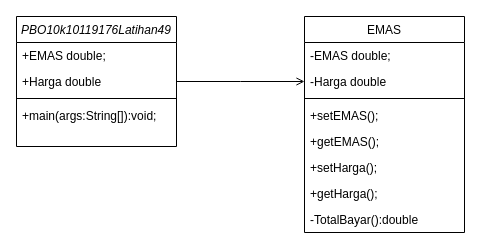
muhammadfauzanfadhlulbarr/PBO10K-10119176-Latihan-49-Biaya-Emas-Kawin keeps this draw.io diagram as Latihan49.drawio. Above is the earlier version. Source tidied: cells renumbered, new cells numbered last; positions are measured from the earlier drawing's top-left corner, leaving out a move shared by most shapes. Both pictures are drawn from the tidied source at 100%, with x=0, y=0 at pixel (16, 16).
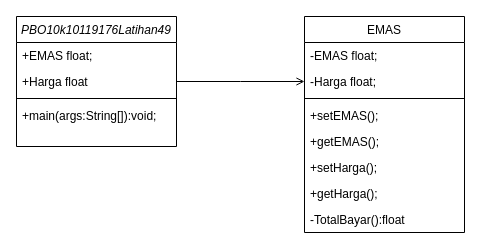
After the change.

The edit, as a diff of the source:
```diff
@@
 <mxGraphModel>
   <root>
     <mxCell id="0" />
     <mxCell id="1" parent="0" />
     <mxCell id="2" value="PBO10k10119176Latihan49" style="swimlane;fontStyle=2;align=center;verticalAlign=top;horizontal=1;startSize=26;rounded=0;shadow=0;strokeWidth=1;" parent="1" vertex="1">
       <mxGeometry width="160" height="130" as="geometry" />
     </mxCell>
-    <mxCell id="3" value="+EMAS double;" style="text;align=left;verticalAlign=top;spacingLeft=4;spacingRight=4;overflow=hidden;rounded=0;shadow=0;html=0;" parent="2" vertex="1">
+    <mxCell id="3" value="+EMAS float;" style="text;align=left;verticalAlign=top;spacingLeft=4;spacingRight=4;overflow=hidden;rounded=0;shadow=0;html=0;" parent="2" vertex="1">
       <mxGeometry y="26" width="160" height="26" as="geometry" />
     </mxCell>
-    <mxCell id="4" value="+Harga double" style="text;align=left;verticalAlign=top;spacingLeft=4;spacingRight=4;overflow=hidden;rounded=0;shadow=0;html=0;" parent="2" vertex="1">
+    <mxCell id="4" value="+Harga float" style="text;align=left;verticalAlign=top;spacingLeft=4;spacingRight=4;overflow=hidden;rounded=0;shadow=0;html=0;" parent="2" vertex="1">
       <mxGeometry y="52" width="160" height="26" as="geometry" />
     </mxCell>
     <mxCell id="5" style="line;html=1;strokeWidth=1;align=left;verticalAlign=middle;spacingTop=-1;spacingLeft=3;spacingRight=3;labelPosition=right;" parent="2" vertex="1">
       <mxGeometry y="78" width="160" height="8" as="geometry" />
     </mxCell>
     <mxCell id="6" value="+main(args:String[]):void;&#10;" style="text;align=left;verticalAlign=top;spacingLeft=4;spacingRight=4;overflow=hidden;" parent="2" vertex="1">
       <mxGeometry y="86" width="160" height="26" as="geometry" />
     </mxCell>
     <mxCell id="7" value="EMAS" style="swimlane;fontStyle=0;align=center;verticalAlign=top;horizontal=1;startSize=26;rounded=0;shadow=0;strokeWidth=1;" parent="1" vertex="1">
       <mxGeometry x="288" width="160" height="216" as="geometry" />
     </mxCell>
-    <mxCell id="8" value="-EMAS double;" style="text;align=left;verticalAlign=top;spacingLeft=4;spacingRight=4;overflow=hidden;rounded=0;shadow=0;html=0;" parent="7" vertex="1">
+    <mxCell id="8" value="-EMAS float;" style="text;align=left;verticalAlign=top;spacingLeft=4;spacingRight=4;overflow=hidden;rounded=0;shadow=0;html=0;" parent="7" vertex="1">
       <mxGeometry y="26" width="160" height="26" as="geometry" />
     </mxCell>
-    <mxCell id="9" value="-Harga double" style="text;align=left;verticalAlign=top;spacingLeft=4;spacingRight=4;overflow=hidden;rounded=0;shadow=0;html=0;" parent="7" vertex="1">
+    <mxCell id="9" value="-Harga float;" style="text;align=left;verticalAlign=top;spacingLeft=4;spacingRight=4;overflow=hidden;rounded=0;shadow=0;html=0;" parent="7" vertex="1">
       <mxGeometry y="52" width="160" height="26" as="geometry" />
     </mxCell>
     <mxCell id="10" style="line;html=1;strokeWidth=1;align=left;verticalAlign=middle;spacingTop=-1;spacingLeft=3;spacingRight=3;labelPosition=right;" parent="7" vertex="1">
       <mxGeometry y="78" width="160" height="8" as="geometry" />
     </mxCell>
     <mxCell id="11" value="+setEMAS();&#10;" style="text;align=left;verticalAlign=top;spacingLeft=4;spacingRight=4;overflow=hidden;" parent="7" vertex="1">
       <mxGeometry y="86" width="160" height="26" as="geometry" />
     </mxCell>
     <mxCell id="12" value="+getEMAS();&#10;" style="text;align=left;verticalAlign=top;spacingLeft=4;spacingRight=4;overflow=hidden;" parent="7" vertex="1">
       <mxGeometry y="112" width="160" height="26" as="geometry" />
     </mxCell>
     <mxCell id="13" value="+setHarga();&#10;" style="text;align=left;verticalAlign=top;spacingLeft=4;spacingRight=4;overflow=hidden;" parent="7" vertex="1">
       <mxGeometry y="138" width="160" height="26" as="geometry" />
     </mxCell>
     <mxCell id="14" value="+getHarga();&#10;" style="text;align=left;verticalAlign=top;spacingLeft=4;spacingRight=4;overflow=hidden;" parent="7" vertex="1">
       <mxGeometry y="164" width="160" height="26" as="geometry" />
     </mxCell>
-    <mxCell id="15" value="-TotalBayar():double" style="text;align=left;verticalAlign=top;spacingLeft=4;spacingRight=4;overflow=hidden;rounded=0;shadow=0;html=0;" parent="7" vertex="1">
+    <mxCell id="15" value="-TotalBayar():float" style="text;align=left;verticalAlign=top;spacingLeft=4;spacingRight=4;overflow=hidden;rounded=0;shadow=0;html=0;" parent="7" vertex="1">
       <mxGeometry y="190" width="160" height="26" as="geometry" />
     </mxCell>
     <mxCell id="16" style="endArrow=open;shadow=0;strokeWidth=1;rounded=0;endFill=1;edgeStyle=elbowEdgeStyle;elbow=vertical;" parent="1" edge="1" source="2" target="7">
       <mxGeometry x="0.5" y="41" relative="1" as="geometry">
         <mxPoint x="-40" y="32" as="offset" />
       </mxGeometry>
     </mxCell>
   </root>
 </mxGraphModel>
```
